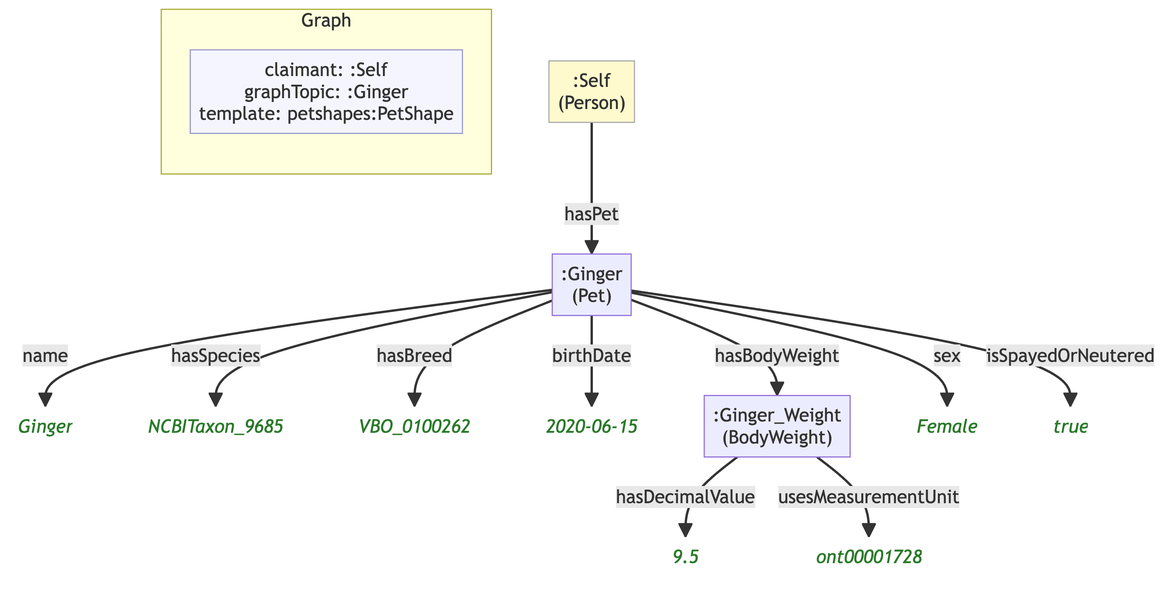
The Mermaid diagram example/graphs/images/graph-37.png in MeeFoundation/mia-ontologies, before a commit. Its source is kept beside it as example/graphs/images/graph-37.mmd.
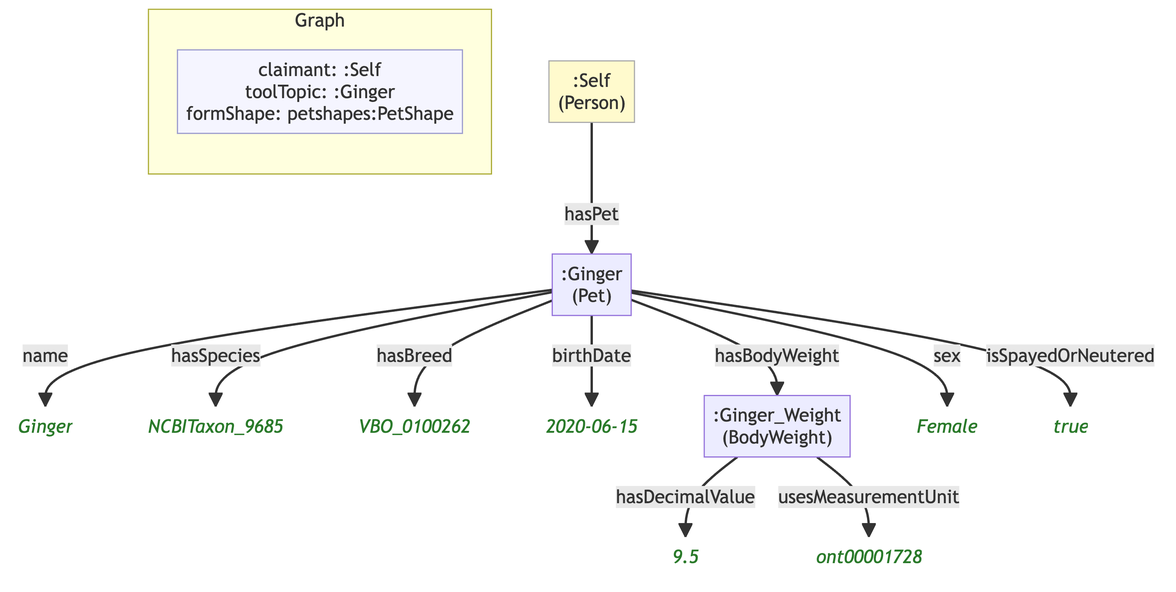
Above is the later version.

Change to the diagram source:
```diff
@@ -7,28 +7,28 @@
 
     subgraph ctx["Graph"]
         direction LR
-        ctx_meta["claimant: :Self\ngraphTopic: :Ginger\ntemplate: petshapes:PetShape"]:::meta
+        ctx_meta["claimant: :Self\ntoolTopic: :Ginger\nformShape: petshapes:PetShape"]:::meta
     end
 
-    nd44f902e3f9e[":Ginger\n(Pet)"]
-    n3ca0c7faebe5("Ginger"):::lit
-    n956f63fdbc96("NCBITaxon_9685"):::lit
-    n9e505e1dc69a("VBO_0100262"):::lit
-    ne20592b7b4fa("2020-06-15"):::lit
-    nd98aabc76a0e[":Ginger_Weight\n(BodyWeight)"]
-    ne6f075283022("Female"):::lit
-    nc22e9031e2b9("true"):::lit
-    nd93284aad1dc("9.5"):::lit
-    nfacd527fabed("ont00001728"):::lit
-    ne0c3ba92f1db[":Self\n(Person)"]:::person
+    n8c49398c722e[":Ginger\n(Pet)"]
+    n501e80e40f64("Ginger"):::lit
+    ncb60ed920d0b("NCBITaxon_9685"):::lit
+    nfa3aa3f99d5b("VBO_0100262"):::lit
+    n74ac8c3d6df5("2020-06-15"):::lit
+    n62e93d3f5324[":Ginger_Weight\n(BodyWeight)"]
+    ne42aabd190a5("Female"):::lit
+    nf972faa53823("true"):::lit
+    nc4062761723e("9.5"):::lit
+    n383a5917db61("ont00001728"):::lit
+    n655e442e50be[":Self\n(Person)"]:::person
 
-    nd44f902e3f9e -->|"name"| n3ca0c7faebe5
-    nd44f902e3f9e -->|"hasSpecies"| n956f63fdbc96
-    nd44f902e3f9e -->|"hasBreed"| n9e505e1dc69a
-    nd44f902e3f9e -->|"birthDate"| ne20592b7b4fa
-    nd44f902e3f9e -->|"hasBodyWeight"| nd98aabc76a0e
-    nd44f902e3f9e -->|"sex"| ne6f075283022
-    nd44f902e3f9e -->|"isSpayedOrNeutered"| nc22e9031e2b9
-    nd98aabc76a0e -->|"hasDecimalValue"| nd93284aad1dc
-    nd98aabc76a0e -->|"usesMeasurementUnit"| nfacd527fabed
-    ne0c3ba92f1db -->|"hasPet"| nd44f902e3f9e
+    n8c49398c722e -->|"name"| n501e80e40f64
+    n8c49398c722e -->|"hasSpecies"| ncb60ed920d0b
+    n8c49398c722e -->|"hasBreed"| nfa3aa3f99d5b
+    n8c49398c722e -->|"birthDate"| n74ac8c3d6df5
+    n8c49398c722e -->|"hasBodyWeight"| n62e93d3f5324
+    n8c49398c722e -->|"sex"| ne42aabd190a5
+    n8c49398c722e -->|"isSpayedOrNeutered"| nf972faa53823
+    n62e93d3f5324 -->|"hasDecimalValue"| nc4062761723e
+    n62e93d3f5324 -->|"usesMeasurementUnit"| n383a5917db61
+    n655e442e50be -->|"hasPet"| n8c49398c722e
```
